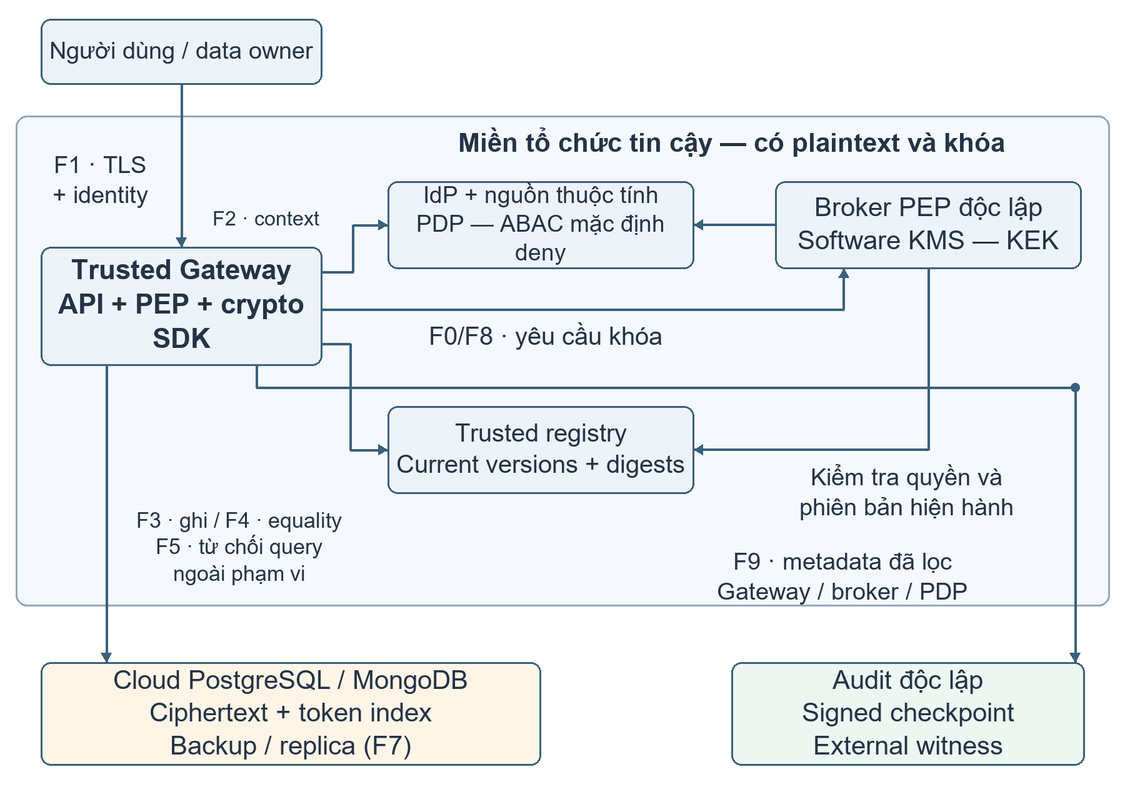
The Mermaid diagram docs/diagrams/proposal-overview.png in daovohuuhiep2003/NT2205.22.CH-MedShare-Lab-Topic-18, before a commit. Its source is kept beside it as docs/diagrams/proposal-overview.mmd. Source of this version:
```mermaid
flowchart TB
  U["User / data owner"]
  subgraph Z1["Trusted organization - plaintext and keys"]
    G["Gateway - API / PEP / crypto SDK"]
    P["IdP / trusted attributes / ABAC PDP"]
    B["Independent broker PEP / software KMS"]
    V["Trusted current versions and digests"]
    G -->|"F2 context"| P
    G -->|"F0/F8 key request"| B
    B --> P
    G --> V
    B --> V
  end
  U -->|"F1 TLS and identity"| G
  G -->|"F3 write / F4 equality / F5 reject unsupported"| D["Cloud SQL or NoSQL - ciphertext / token index / F7 backup"]
  G -->|"F9 filtered metadata"| A["Independent audit / signed checkpoint / external witness"]
  B --> A
  P --> A
```
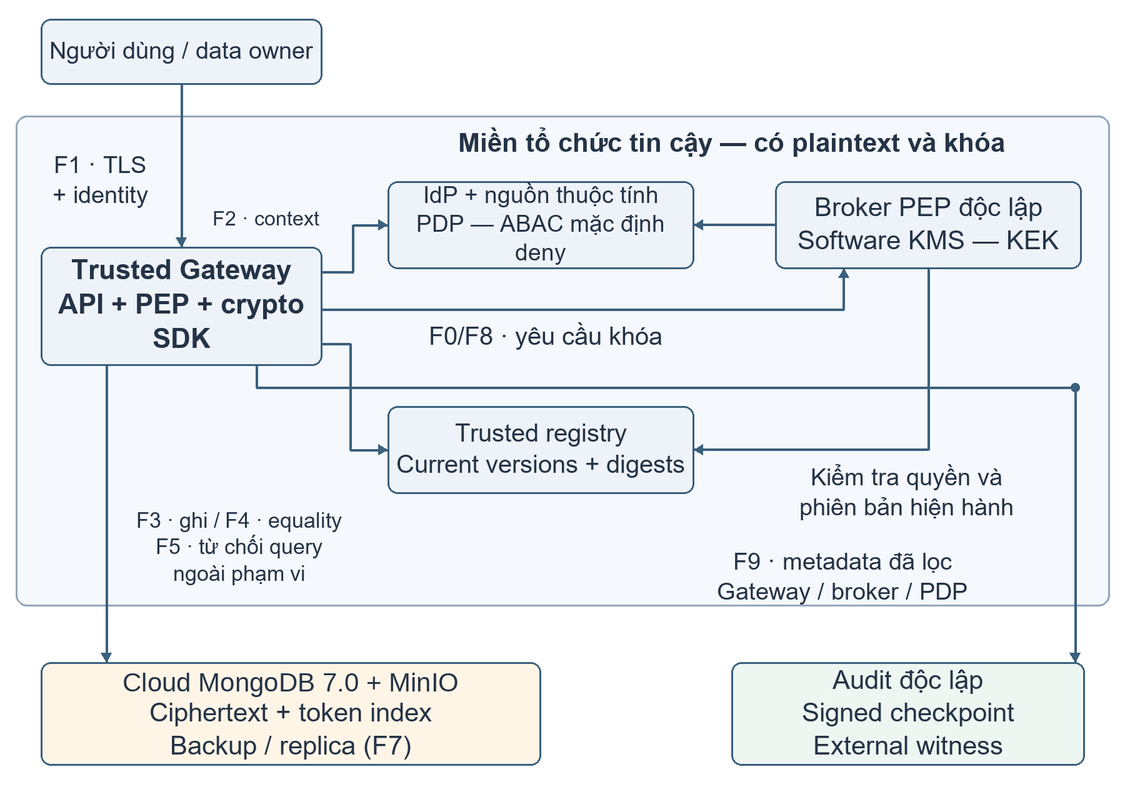
After the change.

Commit message:
docs(proposal): update to v1.2 to match implemented architecture

The edit, as a diff of the source:
```diff
@@ -12,7 +12,7 @@
     B --> V
   end
   U -->|"F1 TLS and identity"| G
-  G -->|"F3 write / F4 equality / F5 reject unsupported"| D["Cloud SQL or NoSQL - ciphertext / token index / F7 backup"]
+  G -->|"F3 write / F4 equality / F5 reject unsupported"| D["Cloud MongoDB + MinIO - ciphertext / token index / F7 backup"]
   G -->|"F9 filtered metadata"| A["Independent audit / signed checkpoint / external witness"]
   B --> A
   P --> A
```
